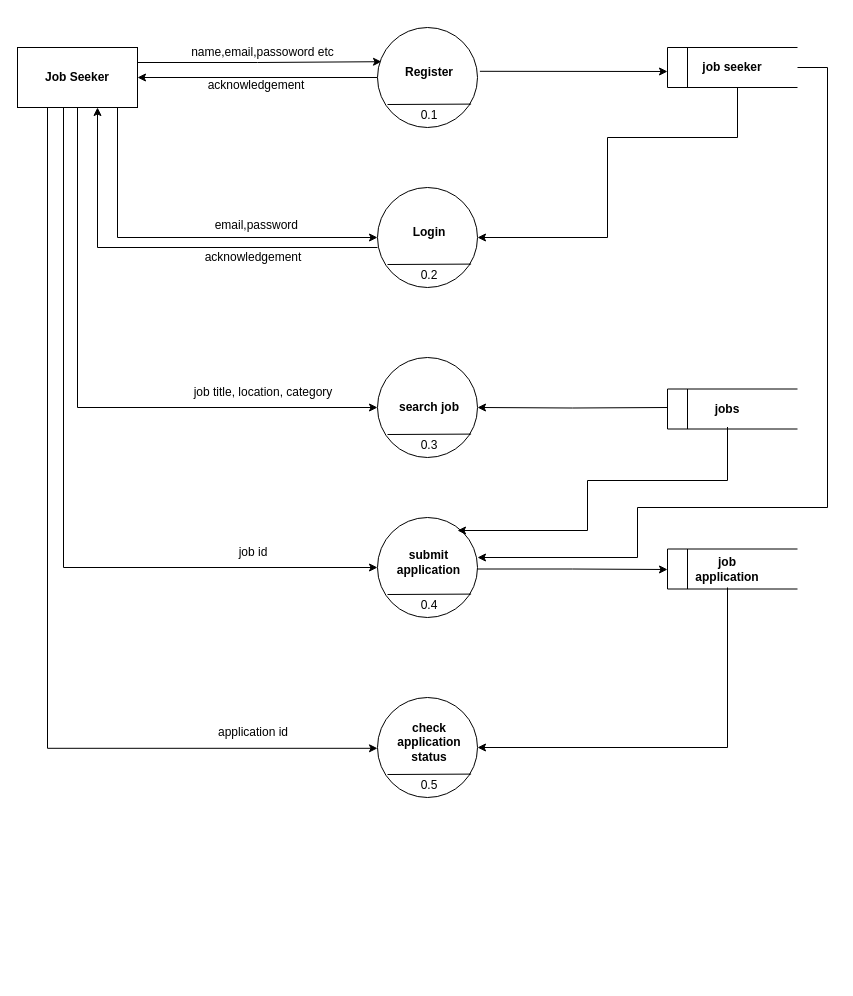
Above: diagrams/draw.io/jobseeker-dfd.drawio in binoy638/job-recommender-api (draw.io), before the change. Source tidied: cells renumbered, new cells numbered last; positions are measured from the earlier drawing's top-left corner, leaving out a move shared by most shapes. Both pictures are drawn from the tidied source at 100%, with x=0, y=0 at pixel (17, 27).
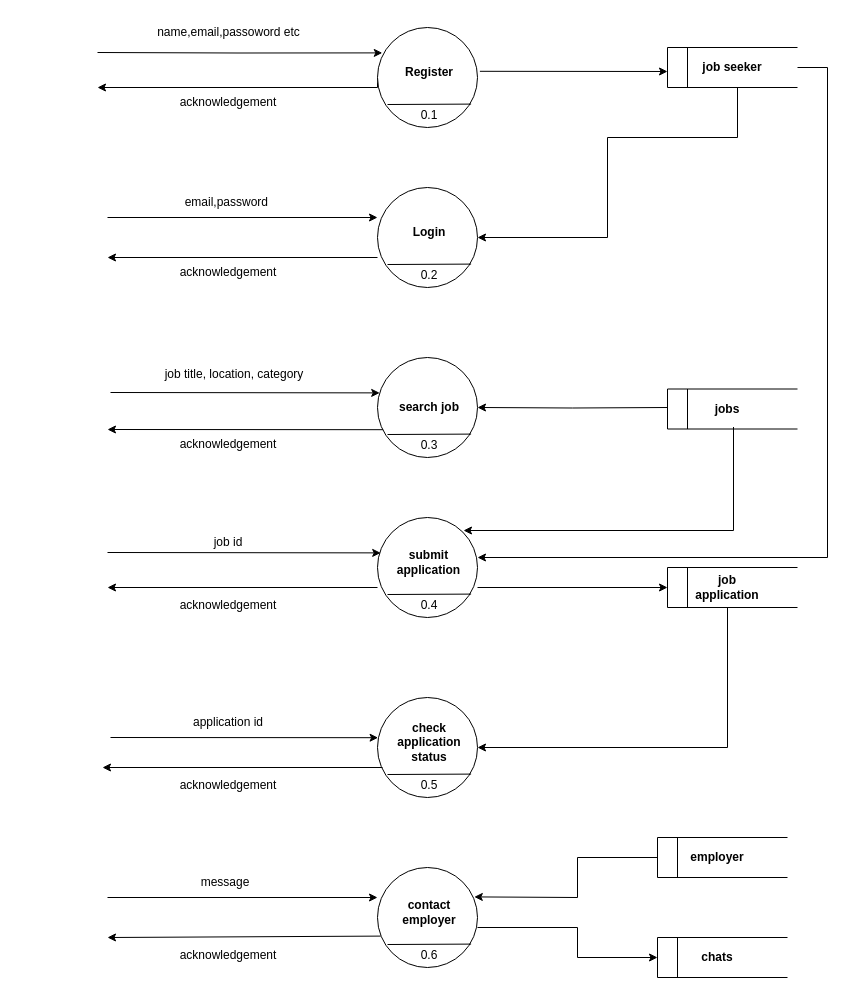
The same diagram, later.

Unchanged cells that the change refers to:
```xml
<mxCell id="18" style="ellipse;whiteSpace=wrap;html=1;" parent="17" vertex="1">
  <mxGeometry width="100" height="100" as="geometry" />
</mxCell>
<mxCell id="30" style="ellipse;whiteSpace=wrap;html=1;" parent="29" vertex="1">
  <mxGeometry width="100" height="100" as="geometry" />
</mxCell>
<mxCell id="43" style="ellipse;whiteSpace=wrap;html=1;" parent="42" vertex="1">
  <mxGeometry width="100" height="100" as="geometry" />
</mxCell>
```

The edit, as a diff of the source:
```diff
@@
-    <mxCell id="2" style="edgeStyle=orthogonalEdgeStyle;rounded=0;jettySize=auto;html=1;exitX=0;exitY=0.5;exitDx=0;exitDy=0;entryX=1;entryY=0.5;entryDx=0;entryDy=0;" parent="1" edge="1" source="18" target="8">
-      <mxGeometry relative="1" as="geometry" />
+    <mxCell id="2" style="edgeStyle=orthogonalEdgeStyle;rounded=0;jettySize=auto;html=1;exitX=0;exitY=0.5;exitDx=0;exitDy=0;" parent="1" edge="1" source="18">
+      <mxGeometry relative="1" as="geometry">
+        <mxPoint x="80" y="60" as="targetPoint" />
+        <Array as="points">
+          <mxPoint x="360" y="60" />
+          <mxPoint x="80" y="60" />
+        </Array>
+      </mxGeometry>
     </mxCell>
-    <mxCell id="3" style="edgeStyle=orthogonalEdgeStyle;rounded=0;jettySize=auto;html=1;exitX=1;exitY=0.25;exitDx=0;exitDy=0;entryX=0.04;entryY=0.342;entryDx=0;entryDy=0;entryPerimeter=0;" parent="1" edge="1" source="8" target="18">
-      <mxGeometry relative="1" as="geometry" />
+    <mxCell id="3" style="edgeStyle=orthogonalEdgeStyle;rounded=0;jettySize=auto;html=1;entryX=0.048;entryY=0.254;entryDx=0;entryDy=0;entryPerimeter=0;" parent="1" edge="1" target="18">
+      <mxGeometry relative="1" as="geometry">
+        <mxPoint x="80" y="25" as="sourcePoint" />
+      </mxGeometry>
     </mxCell>
-    <mxCell id="4" style="edgeStyle=orthogonalEdgeStyle;rounded=0;jettySize=auto;html=1;exitX=0.5;exitY=1;exitDx=0;exitDy=0;" parent="1" edge="1" source="8">
-      <mxGeometry relative="1" as="geometry">
-        <mxPoint x="360" y="210" as="targetPoint" />
-        <Array as="points">
-          <mxPoint x="100" y="80" />
-          <mxPoint x="100" y="210" />
-        </Array>
-      </mxGeometry>
-    </mxCell>
-    <mxCell id="5" style="edgeStyle=orthogonalEdgeStyle;rounded=0;jettySize=auto;html=1;" parent="1" edge="1" source="8">
-      <mxGeometry relative="1" as="geometry">
-        <mxPoint x="360" y="380" as="targetPoint" />
-        <Array as="points">
-          <mxPoint x="60" y="380" />
-        </Array>
-      </mxGeometry>
-    </mxCell>
-    <mxCell id="6" style="edgeStyle=orthogonalEdgeStyle;rounded=0;jettySize=auto;html=1;exitX=0.5;exitY=1;exitDx=0;exitDy=0;entryX=0;entryY=0.5;entryDx=0;entryDy=0;" parent="1" edge="1" target="43">
-      <mxGeometry relative="1" as="geometry">
-        <mxPoint x="56" y="80" as="sourcePoint" />
-        <Array as="points">
-          <mxPoint x="46" y="80" />
-          <mxPoint x="46" y="540" />
-        </Array>
-      </mxGeometry>
-    </mxCell>
-    <mxCell id="7" style="edgeStyle=orthogonalEdgeStyle;rounded=0;jettySize=auto;html=1;exitX=0.25;exitY=1;exitDx=0;exitDy=0;" parent="1" edge="1" source="8">
-      <mxGeometry relative="1" as="geometry">
-        <mxPoint x="360" y="720.8" as="targetPoint" />
-        <Array as="points">
-          <mxPoint x="30" y="721" />
-        </Array>
-      </mxGeometry>
-    </mxCell>
-    <mxCell id="8" value="&lt;b&gt;Job Seeker&lt;/b&gt;" style="rounded=0;whiteSpace=wrap;html=1;" parent="1" vertex="1">
-      <mxGeometry y="20" width="120" height="60" as="geometry" />
-    </mxCell>
@@
     <mxCell id="15" value="name,email,passoword etc" style="text;html=1;strokeColor=none;fillColor=none;align=center;verticalAlign=middle;whiteSpace=wrap;rounded=0;" parent="1" vertex="1">
-      <mxGeometry x="150" y="10" width="191" height="30" as="geometry" />
+      <mxGeometry x="115.5" y="-10" width="191" height="30" as="geometry" />
     </mxCell>
     <mxCell id="16" value="acknowledgement" style="text;html=1;strokeColor=none;fillColor=none;align=center;verticalAlign=middle;whiteSpace=wrap;rounded=0;" parent="1" vertex="1">
-      <mxGeometry x="206" y="43" width="66" height="30" as="geometry" />
+      <mxGeometry x="178" y="60" width="66" height="30" as="geometry" />
     </mxCell>
@@
     <mxCell id="35" value="job title, location, category" style="text;html=1;strokeColor=none;fillColor=none;align=center;verticalAlign=middle;whiteSpace=wrap;rounded=0;" parent="1" vertex="1">
-      <mxGeometry x="158.5" y="350" width="174" height="30" as="geometry" />
+      <mxGeometry x="130" y="331.5" width="174" height="30" as="geometry" />
     </mxCell>
@@
     <mxCell id="41" value="job id" style="text;html=1;strokeColor=none;fillColor=none;align=center;verticalAlign=middle;whiteSpace=wrap;rounded=0;" parent="1" vertex="1">
-      <mxGeometry x="188" y="510" width="96" height="30" as="geometry" />
+      <mxGeometry x="163" y="500" width="96" height="30" as="geometry" />
     </mxCell>
@@
     <mxCell id="47" value="email,password&amp;nbsp;" style="text;html=1;strokeColor=none;fillColor=none;align=center;verticalAlign=middle;whiteSpace=wrap;rounded=0;" parent="1" vertex="1">
-      <mxGeometry x="174.5" y="183" width="132" height="30" as="geometry" />
+      <mxGeometry x="145" y="160" width="132" height="30" as="geometry" />
     </mxCell>
     <mxCell id="48" value="acknowledgement" style="text;html=1;strokeColor=none;fillColor=none;align=center;verticalAlign=middle;whiteSpace=wrap;rounded=0;" parent="1" vertex="1">
-      <mxGeometry x="203" y="215" width="66" height="30" as="geometry" />
+      <mxGeometry x="178" y="230" width="66" height="30" as="geometry" />
     </mxCell>
-    <mxCell id="49" style="edgeStyle=orthogonalEdgeStyle;rounded=0;orthogonalLoop=1;jettySize=auto;html=1;" parent="1" edge="1">
-      <mxGeometry relative="1" as="geometry">
-        <mxPoint x="360" y="220" as="sourcePoint" />
-        <mxPoint x="80" y="80" as="targetPoint" />
-        <Array as="points">
-          <mxPoint x="80" y="220" />
-        </Array>
-      </mxGeometry>
-    </mxCell>
     <mxCell id="50" value="application id" style="text;html=1;strokeColor=none;fillColor=none;align=center;verticalAlign=middle;whiteSpace=wrap;rounded=0;" parent="1" vertex="1">
-      <mxGeometry x="188" y="690" width="96" height="30" as="geometry" />
+      <mxGeometry x="163" y="680" width="96" height="30" as="geometry" />
     </mxCell>
@@
     <mxCell id="57" style="group;" parent="1" vertex="1">
-      <mxGeometry x="650" y="521.5" width="130" height="40" as="geometry" />
+      <mxGeometry x="650" y="540" width="130" height="40" as="geometry" />
     </mxCell>
@@
-    <mxCell id="63" style="edgeStyle=orthogonalEdgeStyle;rounded=0;orthogonalLoop=1;jettySize=auto;html=1;" parent="1" edge="1">
-      <mxGeometry relative="1" as="geometry">
-        <mxPoint x="460" y="541.5" as="sourcePoint" />
-        <mxPoint x="650" y="542" as="targetPoint" />
-        <Array as="points">
-          <mxPoint x="555" y="542" />
-        </Array>
-      </mxGeometry>
-    </mxCell>
     <mxCell id="64" style="edgeStyle=orthogonalEdgeStyle;rounded=0;orthogonalLoop=1;jettySize=auto;html=1;" parent="1" edge="1">
       <mxGeometry relative="1" as="geometry">
-        <mxPoint x="710" y="560" as="sourcePoint" />
+        <mxPoint x="710" y="580" as="sourcePoint" />
         <mxPoint x="460" y="720" as="targetPoint" />
         <Array as="points">
           <mxPoint x="710" y="720" />
         </Array>
       </mxGeometry>
     </mxCell>
     <mxCell id="65" style="edgeStyle=orthogonalEdgeStyle;rounded=0;orthogonalLoop=1;jettySize=auto;html=1;" parent="1" edge="1">
       <mxGeometry relative="1" as="geometry">
-        <mxPoint x="710" y="399.5" as="sourcePoint" />
-        <mxPoint x="440" y="503" as="targetPoint" />
+        <mxPoint x="716" y="399.5" as="sourcePoint" />
+        <mxPoint x="446" y="503" as="targetPoint" />
         <Array as="points">
-          <mxPoint x="710" y="453" />
-          <mxPoint x="570" y="453" />
-          <mxPoint x="570" y="503" />
+          <mxPoint x="716" y="503" />
         </Array>
       </mxGeometry>
     </mxCell>
     <mxCell id="66" style="edgeStyle=orthogonalEdgeStyle;rounded=0;orthogonalLoop=1;jettySize=auto;html=1;" parent="1" edge="1">
       <mxGeometry relative="1" as="geometry">
         <mxPoint x="780" y="40" as="sourcePoint" />
         <mxPoint x="460" y="530" as="targetPoint" />
         <Array as="points">
           <mxPoint x="810" y="40" />
-          <mxPoint x="810" y="480" />
-          <mxPoint x="620" y="480" />
-          <mxPoint x="620" y="530" />
+          <mxPoint x="810" y="530" />
         </Array>
       </mxGeometry>
     </mxCell>
+    <mxCell id="67" style="group;" parent="1" vertex="1">
+      <mxGeometry x="360" y="840" width="100" height="103" as="geometry" />
+    </mxCell>
+    <mxCell id="68" style="ellipse;whiteSpace=wrap;html=1;" parent="67" vertex="1">
+      <mxGeometry width="100" height="100" as="geometry" />
+    </mxCell>
+    <mxCell id="69" style="endArrow=none;html=1;rounded=0;entryX=0.936;entryY=0.766;entryDx=0;entryDy=0;entryPerimeter=0;" parent="67" edge="1" target="68">
+      <mxGeometry relative="1" as="geometry">
+        <mxPoint x="10" y="77" as="sourcePoint" />
+      </mxGeometry>
+    </mxCell>
+    <mxCell id="70" value="0.6&lt;br&gt;" style="text;html=1;strokeColor=none;fillColor=none;align=center;verticalAlign=middle;whiteSpace=wrap;rounded=0;" parent="67" vertex="1">
+      <mxGeometry x="22" y="73" width="60" height="30" as="geometry" />
+    </mxCell>
+    <mxCell id="71" value="&lt;b&gt;contact employer&lt;/b&gt;" style="text;html=1;strokeColor=none;fillColor=none;align=center;verticalAlign=middle;whiteSpace=wrap;rounded=0;" parent="67" vertex="1">
+      <mxGeometry x="22" y="30" width="60" height="30" as="geometry" />
+    </mxCell>
+    <mxCell id="72" style="endArrow=classic;html=1;rounded=0;" parent="1" edge="1">
+      <mxGeometry relative="1" as="geometry">
+        <mxPoint x="90" y="190" as="sourcePoint" />
+        <mxPoint x="360" y="190" as="targetPoint" />
+      </mxGeometry>
+    </mxCell>
+    <mxCell id="73" style="endArrow=classic;html=1;rounded=0;" parent="1" edge="1">
+      <mxGeometry relative="1" as="geometry">
+        <mxPoint x="360" y="230" as="sourcePoint" />
+        <mxPoint x="90" y="230" as="targetPoint" />
+      </mxGeometry>
+    </mxCell>
+    <mxCell id="74" style="endArrow=classic;html=1;rounded=0;entryX=-0.008;entryY=0.354;entryDx=0;entryDy=0;entryPerimeter=0;" parent="1" edge="1">
+      <mxGeometry relative="1" as="geometry">
+        <mxPoint x="93" y="365" as="sourcePoint" />
+        <mxPoint x="362.2" y="365.4" as="targetPoint" />
+      </mxGeometry>
+    </mxCell>
+    <mxCell id="75" style="endArrow=classic;html=1;rounded=0;exitX=0.056;exitY=0.722;exitDx=0;exitDy=0;exitPerimeter=0;" parent="1" edge="1" source="30">
+      <mxGeometry relative="1" as="geometry">
+        <mxPoint x="90" y="402" as="targetPoint" />
+      </mxGeometry>
+    </mxCell>
+    <mxCell id="76" value="acknowledgement" style="text;html=1;strokeColor=none;fillColor=none;align=center;verticalAlign=middle;whiteSpace=wrap;rounded=0;" parent="1" vertex="1">
+      <mxGeometry x="178" y="401.5" width="66" height="30" as="geometry" />
+    </mxCell>
+    <mxCell id="77" style="endArrow=classic;html=1;rounded=0;entryX=0.032;entryY=0.354;entryDx=0;entryDy=0;entryPerimeter=0;" parent="1" edge="1" target="43">
+      <mxGeometry relative="1" as="geometry">
+        <mxPoint x="90" y="525" as="sourcePoint" />
+      </mxGeometry>
+    </mxCell>
+    <mxCell id="78" style="endArrow=classic;html=1;rounded=0;" parent="1" edge="1">
+      <mxGeometry relative="1" as="geometry">
+        <mxPoint x="360" y="560" as="sourcePoint" />
+        <mxPoint x="90" y="560" as="targetPoint" />
+      </mxGeometry>
+    </mxCell>
+    <mxCell id="79" value="acknowledgement" style="text;html=1;strokeColor=none;fillColor=none;align=center;verticalAlign=middle;whiteSpace=wrap;rounded=0;" parent="1" vertex="1">
+      <mxGeometry x="178" y="563" width="66" height="30" as="geometry" />
+    </mxCell>
+    <mxCell id="80" style="endArrow=classic;html=1;rounded=0;entryX=-0.024;entryY=0.402;entryDx=0;entryDy=0;entryPerimeter=0;" parent="1" edge="1">
+      <mxGeometry relative="1" as="geometry">
+        <mxPoint x="93" y="710" as="sourcePoint" />
+        <mxPoint x="360.6" y="710.2" as="targetPoint" />
+      </mxGeometry>
+    </mxCell>
+    <mxCell id="81" style="endArrow=classic;html=1;rounded=0;" parent="1" edge="1">
+      <mxGeometry relative="1" as="geometry">
+        <mxPoint x="365" y="740" as="sourcePoint" />
+        <mxPoint x="85" y="740" as="targetPoint" />
+      </mxGeometry>
+    </mxCell>
+    <mxCell id="82" value="acknowledgement" style="text;html=1;strokeColor=none;fillColor=none;align=center;verticalAlign=middle;whiteSpace=wrap;rounded=0;" parent="1" vertex="1">
+      <mxGeometry x="178" y="743" width="66" height="30" as="geometry" />
+    </mxCell>
+    <mxCell id="83" style="group;" parent="1" vertex="1">
+      <mxGeometry x="640" y="910" width="130" height="40" as="geometry" />
+    </mxCell>
+    <mxCell id="84" style="endArrow=none;html=1;rounded=0;" parent="83" edge="1">
+      <mxGeometry relative="1" as="geometry">
+        <mxPoint as="sourcePoint" />
+        <mxPoint x="130" as="targetPoint" />
+      </mxGeometry>
+    </mxCell>
+    <mxCell id="85" style="endArrow=none;html=1;rounded=0;" parent="83" edge="1">
+      <mxGeometry relative="1" as="geometry">
+        <mxPoint x="130" y="40" as="sourcePoint" />
+        <mxPoint y="40" as="targetPoint" />
+      </mxGeometry>
+    </mxCell>
+    <mxCell id="86" style="endArrow=none;html=1;rounded=0;" parent="83" edge="1">
+      <mxGeometry relative="1" as="geometry">
+        <mxPoint y="40" as="sourcePoint" />
+        <mxPoint as="targetPoint" />
+      </mxGeometry>
+    </mxCell>
+    <mxCell id="87" style="endArrow=none;html=1;rounded=0;" parent="83" edge="1">
+      <mxGeometry relative="1" as="geometry">
+        <mxPoint x="20" y="40" as="sourcePoint" />
+        <mxPoint x="20" as="targetPoint" />
+      </mxGeometry>
+    </mxCell>
+    <mxCell id="88" value="&lt;b&gt;chats&lt;/b&gt;" style="text;html=1;strokeColor=none;fillColor=none;align=center;verticalAlign=middle;whiteSpace=wrap;rounded=0;" parent="83" vertex="1">
+      <mxGeometry x="30" y="5" width="60" height="30" as="geometry" />
+    </mxCell>
+    <mxCell id="89" style="group;" parent="1" vertex="1">
+      <mxGeometry x="640" y="810" width="130" height="40" as="geometry" />
+    </mxCell>
+    <mxCell id="90" style="endArrow=none;html=1;rounded=0;" parent="89" edge="1">
+      <mxGeometry relative="1" as="geometry">
+        <mxPoint as="sourcePoint" />
+        <mxPoint x="130" as="targetPoint" />
+      </mxGeometry>
+    </mxCell>
+    <mxCell id="91" style="endArrow=none;html=1;rounded=0;" parent="89" edge="1">
+      <mxGeometry relative="1" as="geometry">
+        <mxPoint x="130" y="40" as="sourcePoint" />
+        <mxPoint y="40" as="targetPoint" />
+      </mxGeometry>
+    </mxCell>
+    <mxCell id="92" style="endArrow=none;html=1;rounded=0;" parent="89" edge="1">
+      <mxGeometry relative="1" as="geometry">
+        <mxPoint y="40" as="sourcePoint" />
+        <mxPoint as="targetPoint" />
+      </mxGeometry>
+    </mxCell>
+    <mxCell id="93" style="endArrow=none;html=1;rounded=0;" parent="89" edge="1">
+      <mxGeometry relative="1" as="geometry">
+        <mxPoint x="20" y="40" as="sourcePoint" />
+        <mxPoint x="20" as="targetPoint" />
+      </mxGeometry>
+    </mxCell>
+    <mxCell id="94" value="&lt;b&gt;employer&lt;/b&gt;" style="text;html=1;strokeColor=none;fillColor=none;align=center;verticalAlign=middle;whiteSpace=wrap;rounded=0;" parent="89" vertex="1">
+      <mxGeometry x="30" y="5" width="60" height="30" as="geometry" />
+    </mxCell>
+    <mxCell id="95" style="endArrow=classic;html=1;rounded=0;" parent="1" edge="1">
+      <mxGeometry relative="1" as="geometry">
+        <mxPoint x="90" y="870" as="sourcePoint" />
+        <mxPoint x="360" y="870" as="targetPoint" />
+      </mxGeometry>
+    </mxCell>
+    <mxCell id="96" value="message" style="text;html=1;strokeColor=none;fillColor=none;align=center;verticalAlign=middle;whiteSpace=wrap;rounded=0;" parent="1" vertex="1">
+      <mxGeometry x="178" y="840" width="60" height="30" as="geometry" />
+    </mxCell>
+    <mxCell id="97" style="endArrow=classic;html=1;rounded=0;exitX=0.032;exitY=0.686;exitDx=0;exitDy=0;exitPerimeter=0;" parent="1" edge="1" source="68">
+      <mxGeometry relative="1" as="geometry">
+        <mxPoint x="90" y="910" as="targetPoint" />
+      </mxGeometry>
+    </mxCell>
+    <mxCell id="98" value="acknowledgement" style="text;html=1;strokeColor=none;fillColor=none;align=center;verticalAlign=middle;whiteSpace=wrap;rounded=0;" parent="1" vertex="1">
+      <mxGeometry x="178" y="913" width="66" height="30" as="geometry" />
+    </mxCell>
+    <mxCell id="99" style="endArrow=classic;html=1;rounded=0;entryX=0.968;entryY=0.294;entryDx=0;entryDy=0;entryPerimeter=0;" parent="1" edge="1" target="68">
+      <mxGeometry relative="1" as="geometry">
+        <mxPoint x="640" y="830" as="sourcePoint" />
+        <Array as="points">
+          <mxPoint x="560" y="830" />
+          <mxPoint x="560" y="870" />
+        </Array>
+      </mxGeometry>
+    </mxCell>
+    <mxCell id="100" style="endArrow=classic;html=1;rounded=0;" parent="1" edge="1">
+      <mxGeometry relative="1" as="geometry">
+        <mxPoint x="460" y="900" as="sourcePoint" />
+        <mxPoint x="640" y="930" as="targetPoint" />
+        <Array as="points">
+          <mxPoint x="560" y="900" />
+          <mxPoint x="560" y="930" />
+        </Array>
+      </mxGeometry>
+    </mxCell>
+    <mxCell id="101" style="endArrow=classic;html=1;rounded=0;" parent="1" edge="1">
+      <mxGeometry relative="1" as="geometry">
+        <mxPoint x="460" y="560" as="sourcePoint" />
+        <mxPoint x="650" y="560" as="targetPoint" />
+      </mxGeometry>
+    </mxCell>
```
